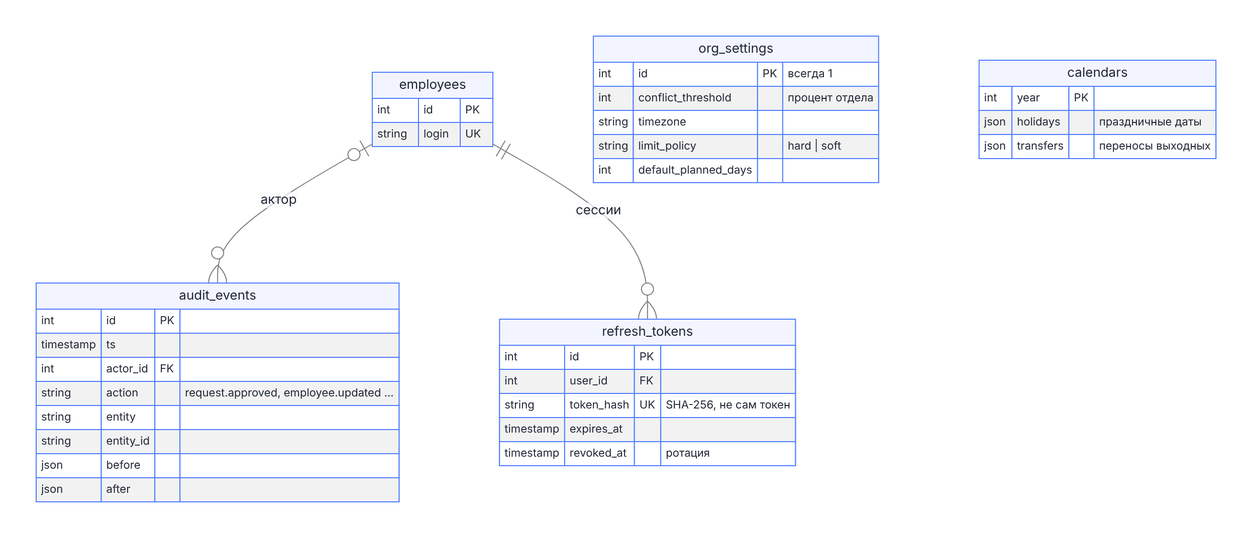
The Mermaid diagram docs/images/er-system.png in ayurasov/vacation-planner, before a commit. Its source is kept beside it as docs/diagrams/er-system.mmd. Source of this version:
```mermaid
erDiagram
  employees |o--o{ audit_events : "актор"
  employees ||--o{ refresh_tokens : "сессии"
  audit_events {
    int id PK
    timestamp ts
    int actor_id FK
    string action "request.approved, employee.updated ..."
    string entity
    string entity_id
    json before
    json after
  }
  refresh_tokens {
    int id PK
    int user_id FK
    string token_hash UK "SHA-256, не сам токен"
    timestamp expires_at
    timestamp revoked_at "ротация"
  }
  org_settings {
    int id PK "всегда 1"
    int conflict_threshold "процент отдела"
    string timezone
    string limit_policy "hard | soft"
    int default_planned_days
  }
  calendars {
    int year PK
    json holidays "праздничные даты"
    json transfers "переносы выходных"
  }
  employees {
    int id PK
    string login UK
  }
```
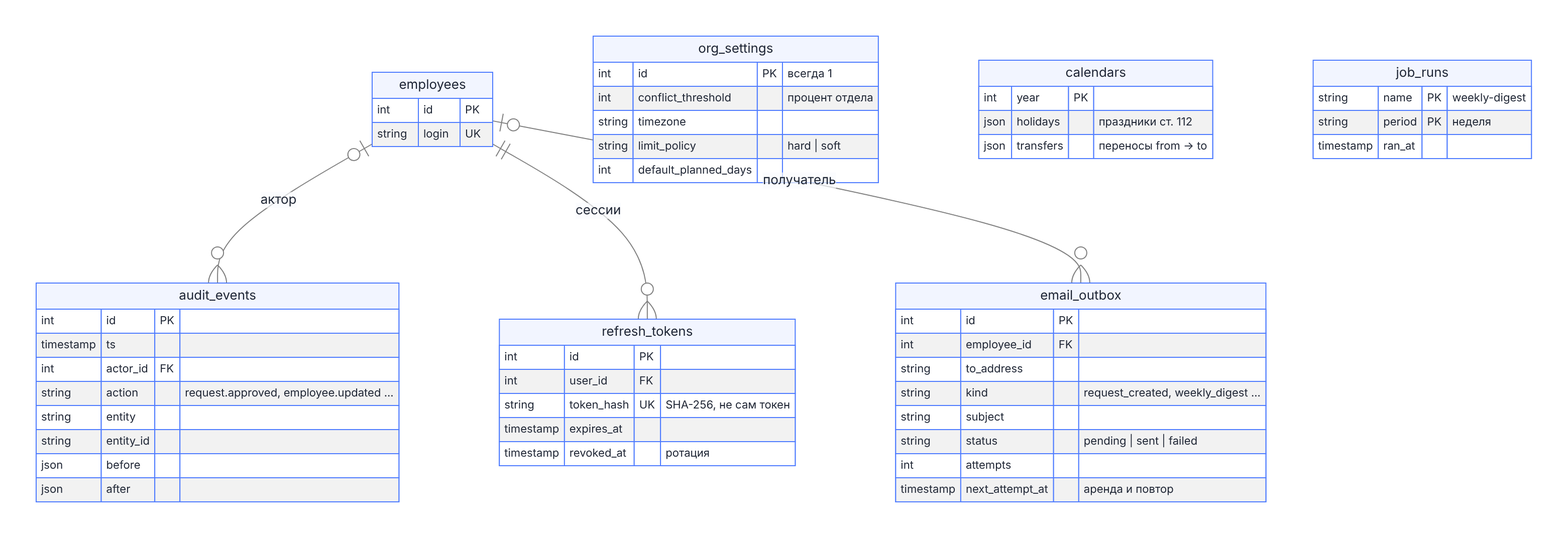
After the commit.

Change to the diagram source:
```diff
@@ -1,6 +1,7 @@
 erDiagram
   employees |o--o{ audit_events : "актор"
   employees ||--o{ refresh_tokens : "сессии"
+  employees |o--o{ email_outbox : "получатель"
   audit_events {
     int id PK
     timestamp ts
@@ -27,8 +28,23 @@
   }
   calendars {
     int year PK
-    json holidays "праздничные даты"
-    json transfers "переносы выходных"
+    json holidays "праздники ст. 112"
+    json transfers "переносы from → to"
+  }
+  email_outbox {
+    int id PK
+    int employee_id FK
+    string to_address
+    string kind "request_created, weekly_digest ..."
+    string subject
+    string status "pending | sent | failed"
+    int attempts
+    timestamp next_attempt_at "аренда и повтор"
+  }
+  job_runs {
+    string name PK "weekly-digest"
+    string period PK "неделя"
+    timestamp ran_at
   }
   employees {
     int id PK
```
